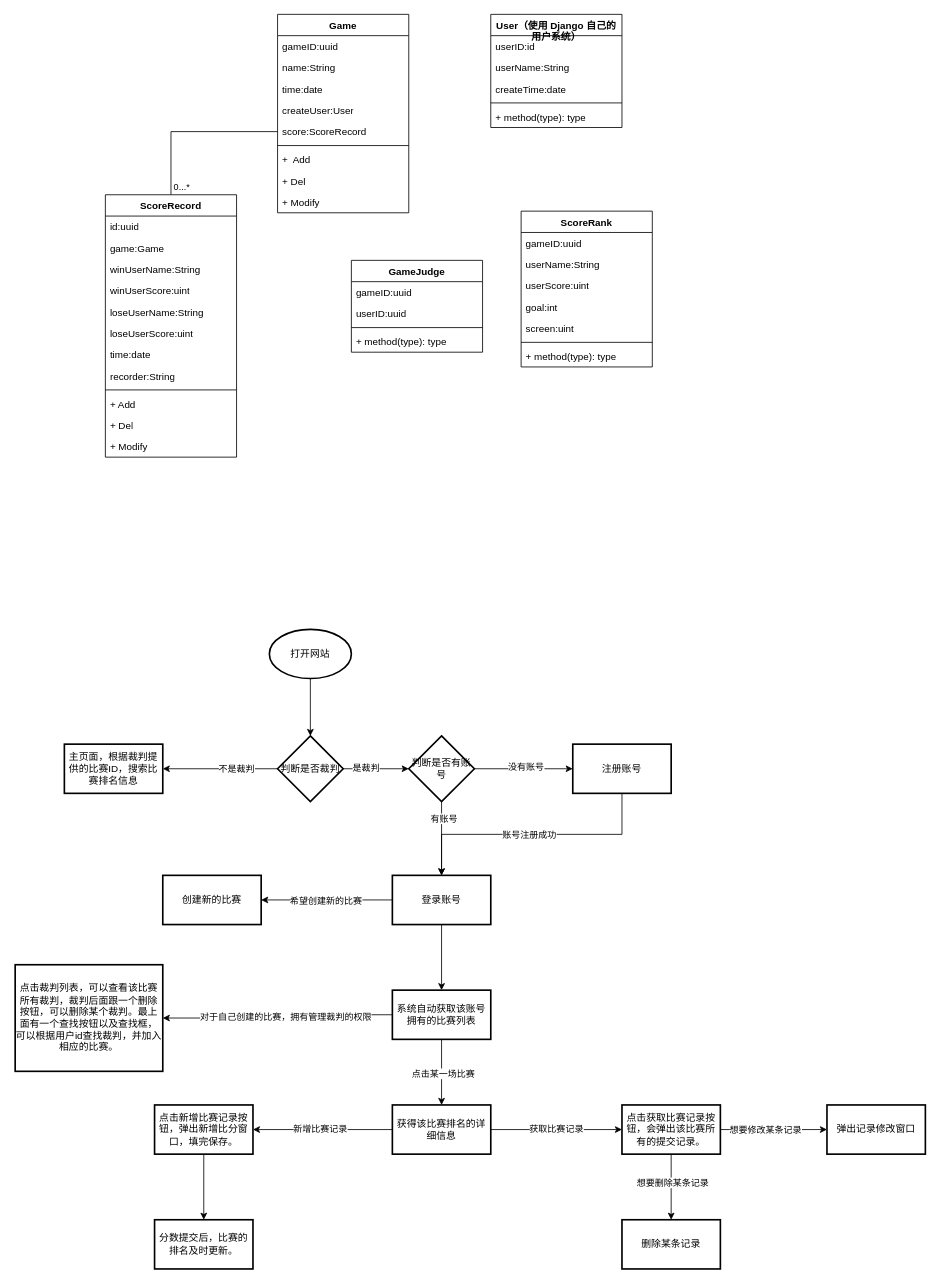
This is 羽毛球计分系统.drawio from hunterljm/badminton, a draw.io file, before an edit. Source tidied: cells renumbered, new cells numbered last; positions are measured from the earlier drawing's top-left corner, leaving out a move shared by most shapes. Both pictures are drawn from the tidied source at 82%, with x=0, y=0 at pixel (15, 14).
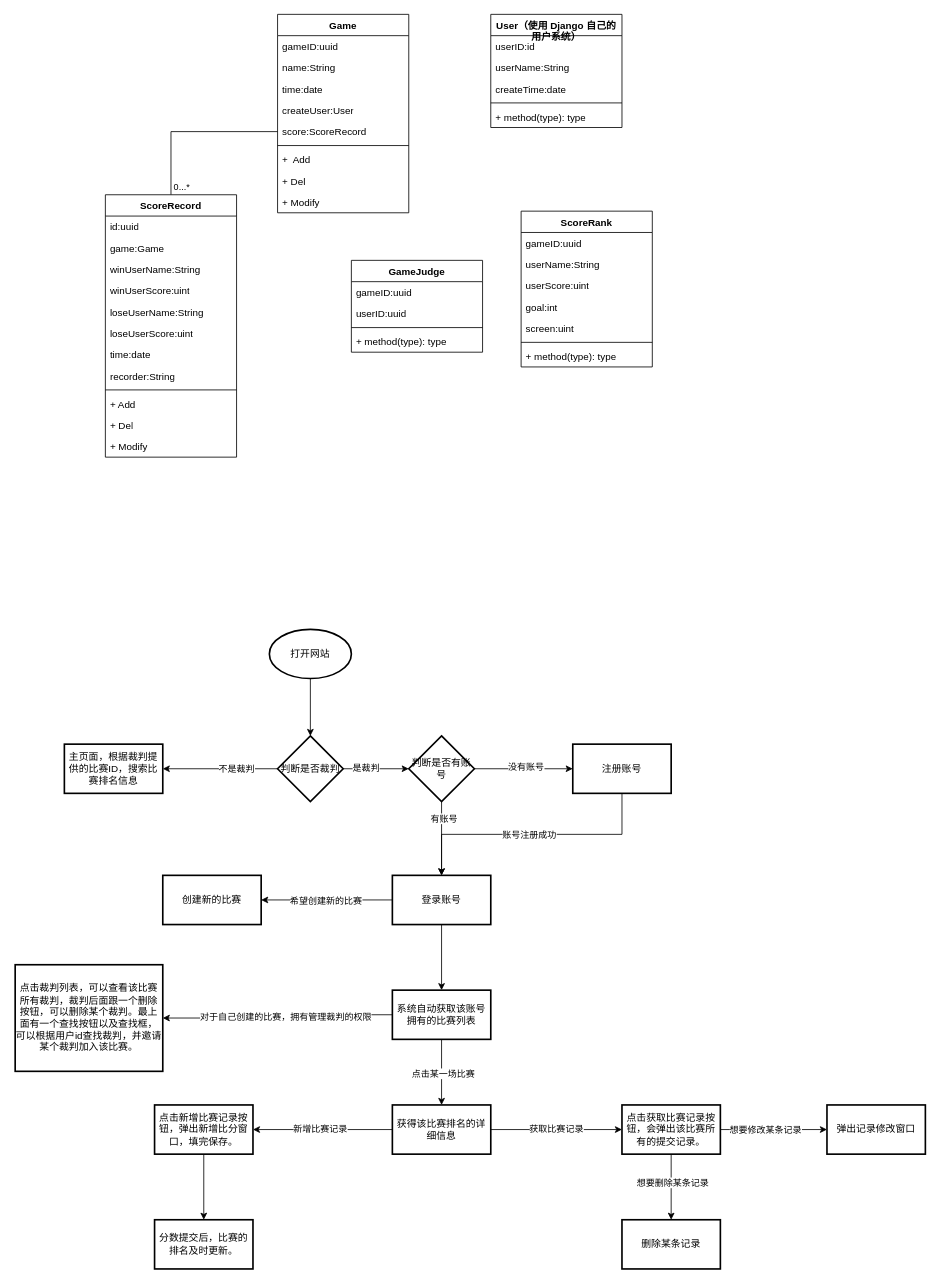
Above is the later version.

Commit message:
更新羽毛球计分系统.drawio

Change to the diagram source:
```diff
@@
-    <mxCell id="69" value="点击裁判列表，可以查看该比赛所有裁判，裁判后面跟一个删除按钮，可以删除某个裁判。最上面有一个查找按钮以及查找框，可以根据用户id查找裁判，并加入相应的比赛。&lt;br&gt;" style="whiteSpace=wrap;html=1;strokeWidth=2;" parent="1" vertex="1">
+    <mxCell id="69" value="点击裁判列表，可以查看该比赛所有裁判，裁判后面跟一个删除按钮，可以删除某个裁判。最上面有一个查找按钮以及查找框，可以根据用户id查找裁判，并邀请某个裁判加入该比赛。" style="whiteSpace=wrap;html=1;strokeWidth=2;" parent="1" vertex="1">
       <mxGeometry y="1159" width="180" height="130" as="geometry" />
     </mxCell>
```
